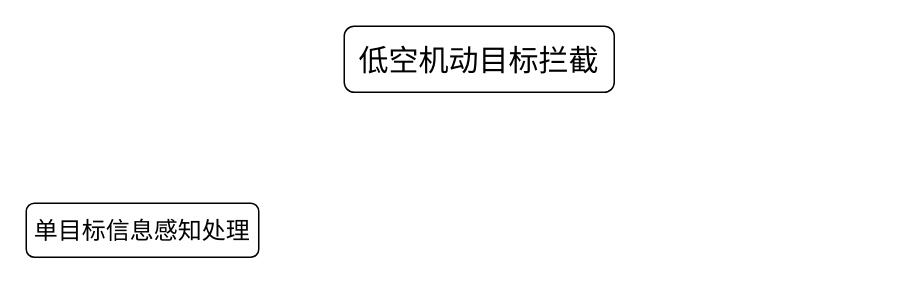
Above: 低空拦截.drawio in master-fency/plot (draw.io), before the change. Source tidied: cells renumbered, new cells numbered last; positions are measured from the earlier drawing's top-left corner, leaving out a move shared by most shapes. Both pictures are drawn from the tidied source at 150%, with x=0, y=0 at pixel (26, 26).
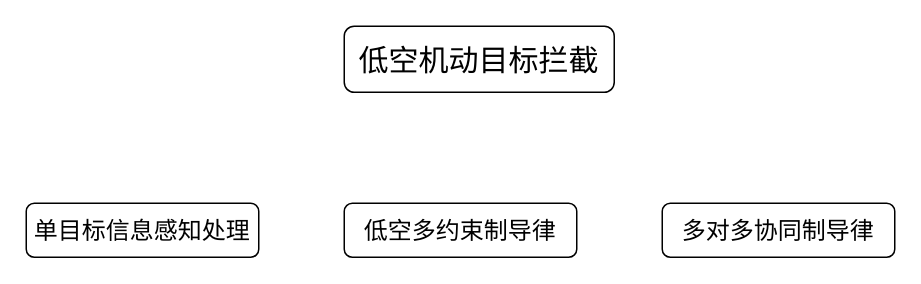
The same diagram, later.

Commit message (it also covers changes not shown here):
更新低空拦截.drawio

Diff of the diagram source:
```diff
@@
 <mxGraphModel>
   <root>
     <mxCell id="0" />
     <mxCell id="1" parent="0" />
     <mxCell id="2" value="&lt;font style=&quot;font-size: 20px;&quot; face=&quot;Times New Roman&quot;&gt;低空机动目标拦截&lt;/font&gt;" style="rounded=1;whiteSpace=wrap;html=1;roundedPerimeter=1;fontFamily=Times New Roman;" parent="1" vertex="1">
       <mxGeometry x="212" width="180" height="44" as="geometry" />
     </mxCell>
     <mxCell id="3" value="&lt;font style=&quot;font-size: 16px;&quot; face=&quot;Times New Roman&quot;&gt;单目标信息感知处理&lt;/font&gt;" style="rounded=1;whiteSpace=wrap;html=1;roundedPerimeter=1;fontFamily=Times New Roman;" parent="1" vertex="1">
       <mxGeometry y="118" width="155" height="36" as="geometry" />
     </mxCell>
+    <mxCell id="4" value="&lt;font style=&quot;font-size: 16px;&quot; face=&quot;Times New Roman&quot;&gt;低空多约束制导律&lt;/font&gt;" style="rounded=1;whiteSpace=wrap;html=1;roundedPerimeter=1;fontFamily=Times New Roman;" parent="1" vertex="1">
+      <mxGeometry x="212" y="118" width="155" height="36" as="geometry" />
+    </mxCell>
+    <mxCell id="5" value="&lt;font style=&quot;font-size: 16px;&quot; face=&quot;Times New Roman&quot;&gt;多对多协同制导律&lt;/font&gt;" style="rounded=1;whiteSpace=wrap;html=1;roundedPerimeter=1;fontFamily=Times New Roman;" parent="1" vertex="1">
+      <mxGeometry x="424" y="118" width="155" height="36" as="geometry" />
+    </mxCell>
   </root>
 </mxGraphModel>
```
